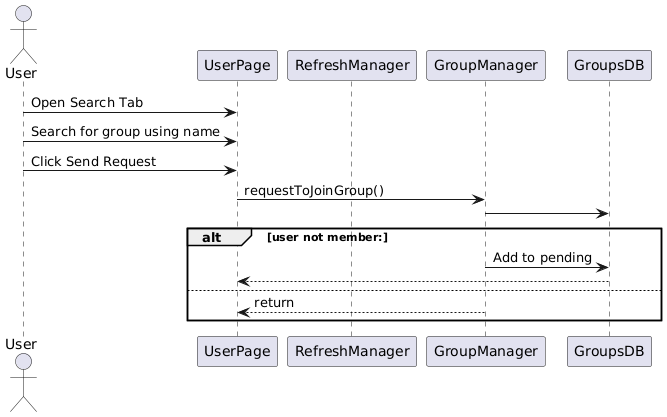
Before: UMLs/Sequence Diagram - Request To Join Group.png, a diagram exported from PlantUML (AbdelrahmanEssam1007/ConnectHub). Source of this version:
```plantuml
@startuml
Actor User
Participant UserPage
Participant RefreshManager
Participant GroupManager
Participant GroupsDB

User -> UserPage: Open Search Tab
User -> UserPage: Search for group using name
User -> UserPage: Click Send Request
UserPage -> GroupManager: requestToJoinGroup()
GroupManager -> GroupsDB
alt user not member:
    GroupManager -> GroupsDB: Add to pending
    GroupsDB --> UserPage
else
    GroupManager --> UserPage: return
end
@enduml
```
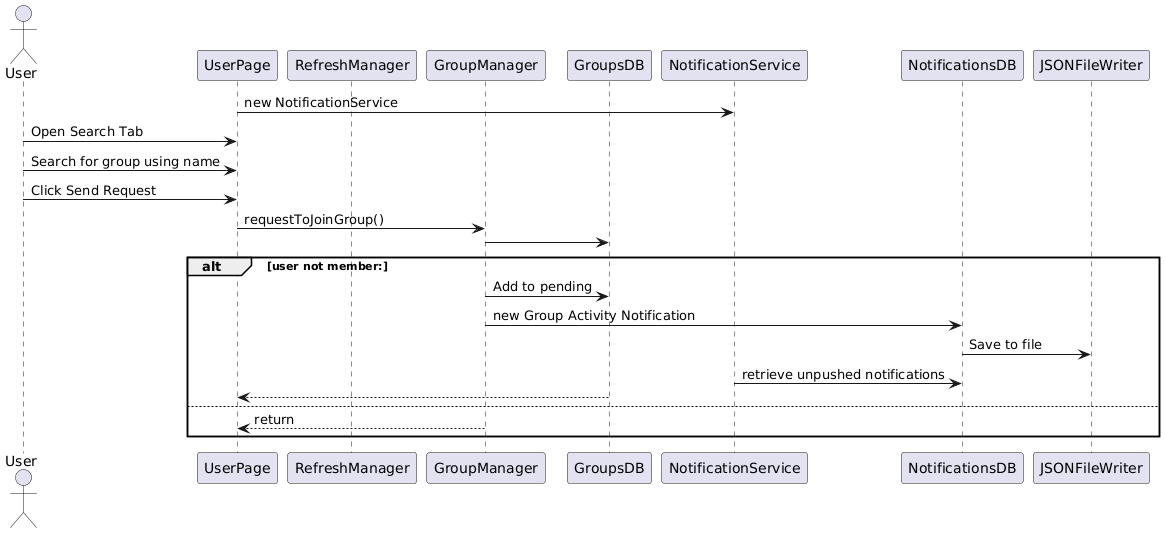
Above is the later version.

Commit message:
Updated sequence diagrams

Diff of the diagram source:
```diff
@@ -5,6 +5,7 @@
 Participant GroupManager
 Participant GroupsDB
 
+UserPage -> NotificationService: new NotificationService
 User -> UserPage: Open Search Tab
 User -> UserPage: Search for group using name
 User -> UserPage: Click Send Request
@@ -12,7 +13,11 @@
 GroupManager -> GroupsDB
 alt user not member:
     GroupManager -> GroupsDB: Add to pending
+    GroupManager -> NotificationsDB: new Group Activity Notification
+    NotificationsDB -> JSONFileWriter: Save to file
+    NotificationService -> NotificationsDB: retrieve unpushed notifications
     GroupsDB --> UserPage
+
 else
     GroupManager --> UserPage: return
 end
```
